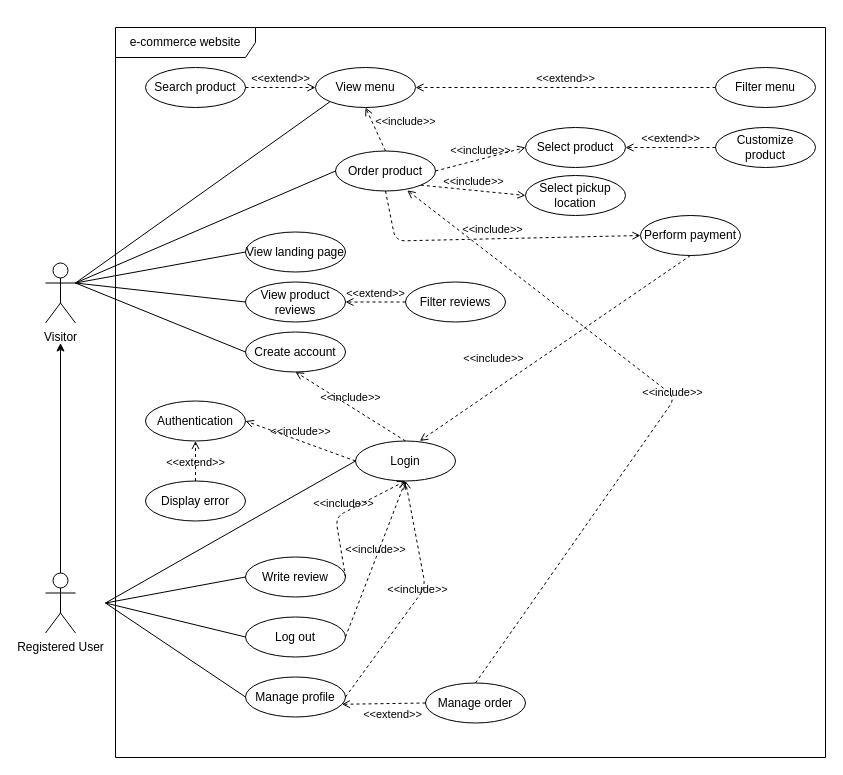
Earlier version of the draw.io diagram page "e-commerce store" (1 of 2) of resources/diagrams/use-case.dio (steamysips/steamy-sips). Source tidied: cells renumbered, new cells numbered last; positions are measured from the earlier drawing's top-left corner, leaving out a move shared by most shapes. Both pictures are drawn from the tidied source at 100%, with x=0, y=0 at pixel (45, 27).
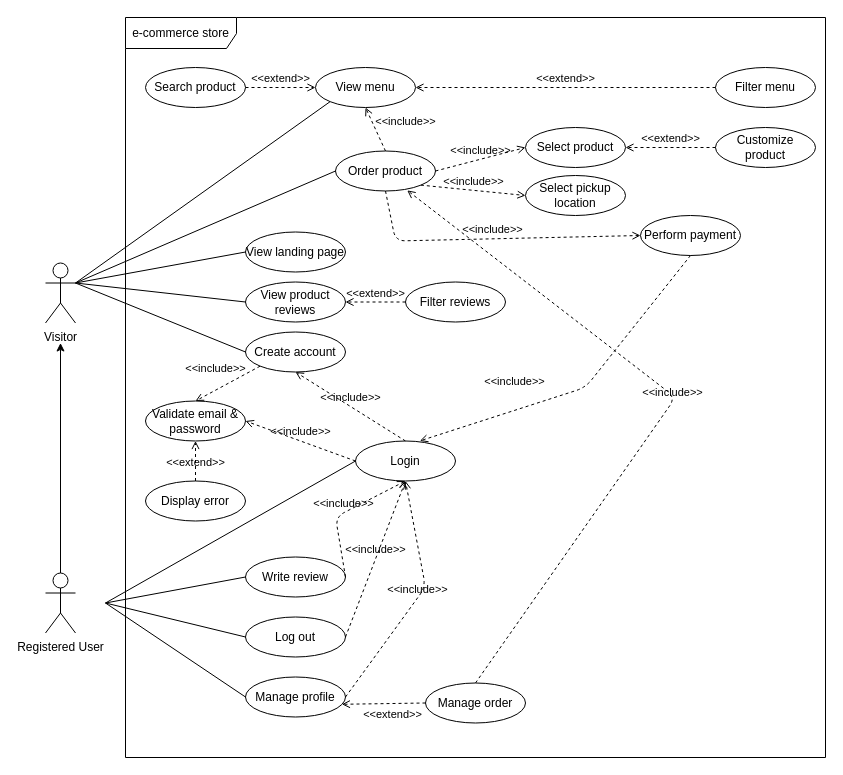
Above is the later version.

Commit message:
add use case diagram for admin on a separate page

The change refers to these unchanged cells:
```xml
<mxCell id="7" value="Login" style="ellipse;whiteSpace=wrap;html=1;align=center;" parent="1" vertex="1">
  <mxGeometry x="310" y="413.5" width="100" height="40" as="geometry" />
</mxCell>
<mxCell id="14" value="Create account" style="ellipse;whiteSpace=wrap;html=1;" parent="1" vertex="1">
  <mxGeometry x="200" y="304.5" width="100" height="40" as="geometry" />
</mxCell>
<mxCell id="22" value="Perform payment" style="ellipse;whiteSpace=wrap;html=1;align=center;" parent="1" vertex="1">
  <mxGeometry x="595" y="188" width="100" height="40" as="geometry" />
</mxCell>
```

The edit, as a diff of the source:
```diff
@@
-    <mxCell id="16" value="Authentication" style="ellipse;whiteSpace=wrap;html=1;align=center;" parent="1" vertex="1">
+    <mxCell id="16" value="Validate email &amp;amp; password" style="ellipse;whiteSpace=wrap;html=1;align=center;" parent="1" vertex="1">
       <mxGeometry x="100" y="373.5" width="100" height="40" as="geometry" />
     </mxCell>
@@
     <mxCell id="36" value="&amp;lt;&amp;lt;include&amp;gt;&amp;gt;" style="html=1;verticalAlign=bottom;labelBackgroundColor=none;endArrow=open;endFill=0;dashed=1;exitX=0.5;exitY=1;exitDx=0;exitDy=0;entryX=0.643;entryY=-0.002;entryDx=0;entryDy=0;entryPerimeter=0;" parent="1" edge="1" source="22" target="7">
-      <mxGeometry x="0.38" y="-19" relative="1" as="geometry" />
+      <mxGeometry x="0.38" y="-19" relative="1" as="geometry">
+        <Array as="points">
+          <mxPoint x="540" y="360" />
+        </Array>
+      </mxGeometry>
     </mxCell>
@@
-    <mxCell id="50" value="e-commerce website" style="shape=umlFrame;whiteSpace=wrap;html=1;width=140;height=30;" parent="1" vertex="1">
-      <mxGeometry x="70" width="710" height="730" as="geometry" />
-    </mxCell>
+    <mxCell id="51" value="&amp;lt;&amp;lt;include&amp;gt;&amp;gt;" style="html=1;verticalAlign=bottom;labelBackgroundColor=none;endArrow=open;endFill=0;dashed=1;exitX=0;exitY=1;exitDx=0;exitDy=0;entryX=0.5;entryY=0;entryDx=0;entryDy=0;" parent="1" edge="1" source="14" target="16">
+      <mxGeometry x="0.22" y="-11" relative="1" as="geometry" />
+    </mxCell>
+    <mxCell id="52" value="e-commerce store" style="shape=umlFrame;whiteSpace=wrap;html=1;width=111;height=31;" parent="1" vertex="1">
+      <mxGeometry x="80" y="-10" width="700" height="740" as="geometry" />
+    </mxCell>
```
